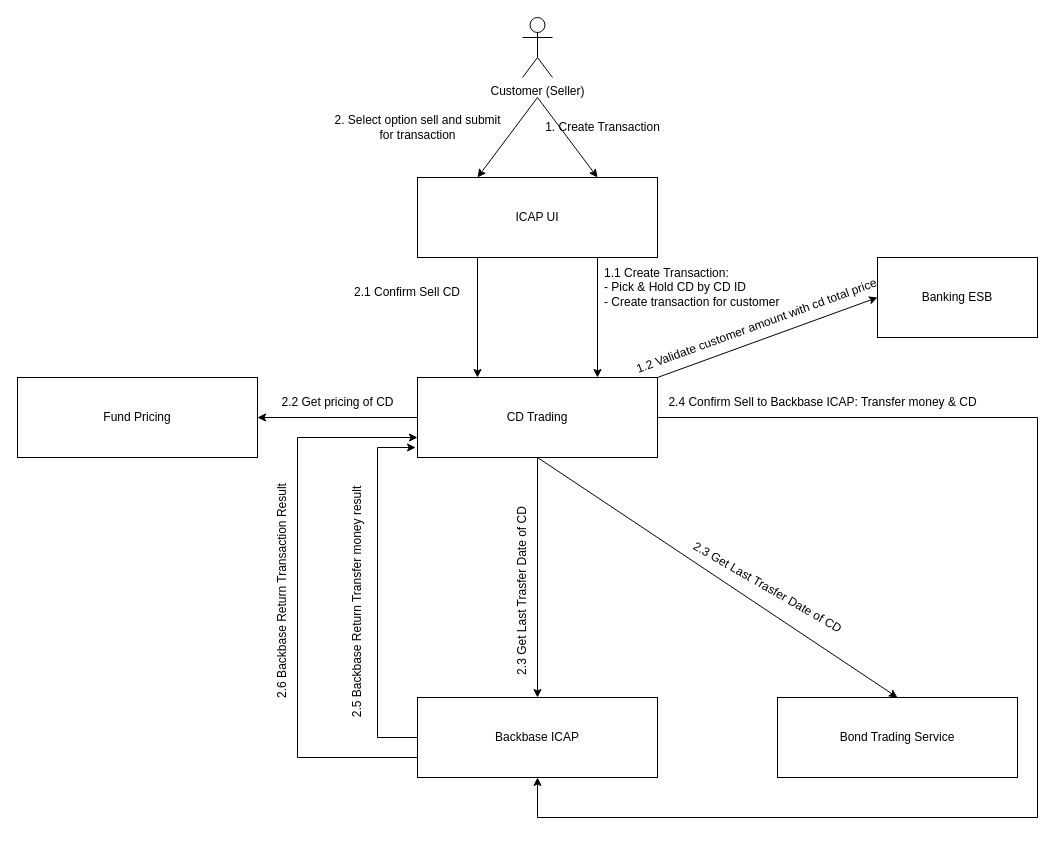
The draw.io diagram CD_TRADING.drawio in ndhcoder/my-configs, before the edit. Source tidied: cells renumbered, new cells numbered last; positions are measured from the earlier drawing's top-left corner, leaving out a move shared by most shapes. Both pictures are drawn from the tidied source at 100%, with x=0, y=0 at pixel (17, 17).
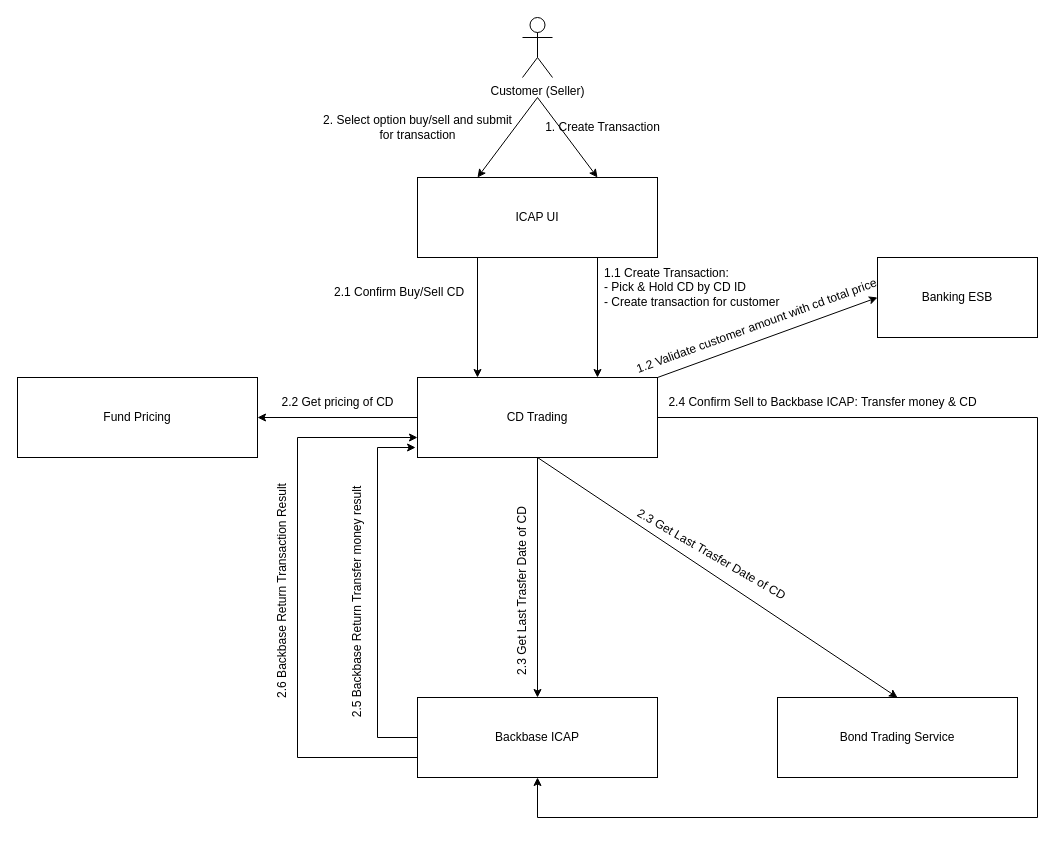
The same diagram, later.

Diff of the diagram source:
```diff
@@
-    <mxCell id="10" value="2. Select option sell and submit&lt;br&gt;for transaction" style="text;html=1;align=center;verticalAlign=middle;strokeColor=none;fillColor=none;" parent="1" vertex="1">
-      <mxGeometry x="305" y="90" width="190" height="40" as="geometry" />
+    <mxCell id="10" value="2. Select option buy/sell and submit&lt;br&gt;for transaction" style="text;html=1;align=center;verticalAlign=middle;strokeColor=none;fillColor=none;" parent="1" vertex="1">
+      <mxGeometry x="295" y="90" width="210" height="40" as="geometry" />
     </mxCell>
@@
-    <mxCell id="12" value="2.1 Confirm Sell CD&lt;br&gt;" style="text;html=1;align=left;verticalAlign=middle;strokeColor=none;fillColor=none;" parent="1" vertex="1">
-      <mxGeometry x="335" y="260" width="130" height="30" as="geometry" />
+    <mxCell id="12" value="2.1 Confirm Buy/Sell CD" style="text;html=1;align=left;verticalAlign=middle;strokeColor=none;fillColor=none;" parent="1" vertex="1">
+      <mxGeometry x="315" y="260" width="150" height="30" as="geometry" />
     </mxCell>
@@
     <mxCell id="19" value="2.3 Get Last Trasfer Date of CD" style="text;html=1;align=center;verticalAlign=middle;strokeColor=none;fillColor=none;rotation=30;" parent="1" vertex="1">
-      <mxGeometry x="655" y="555" width="190" height="30" as="geometry" />
+      <mxGeometry x="599" y="522" width="190" height="30" as="geometry" />
     </mxCell>
```
